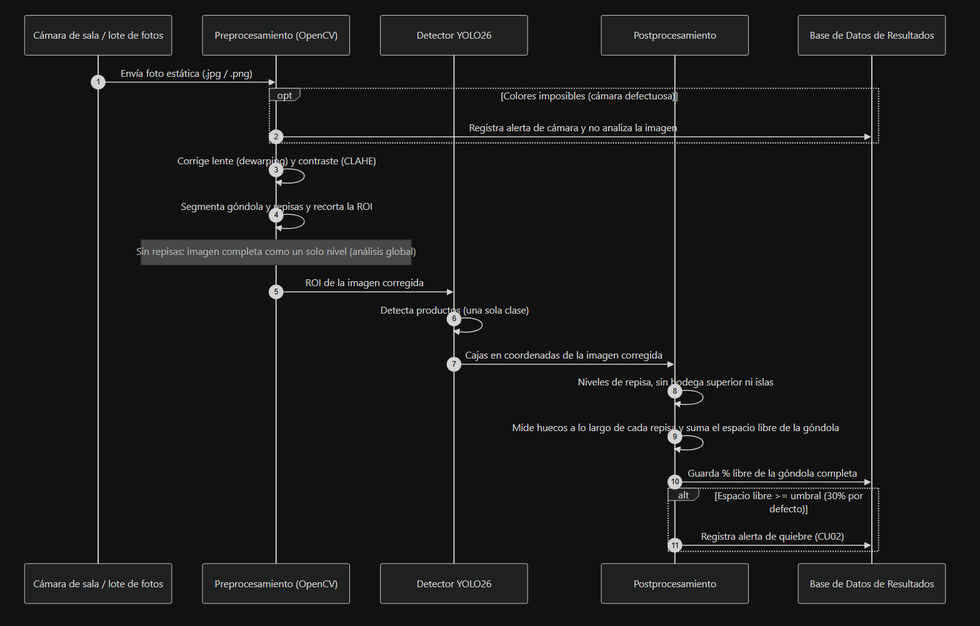
Before: Anexos/Diseño/Diagramas particulares por cada C. U._/Diagrama C.U 01.png, a diagram exported from Mermaid (marianapeachy/capstone). Its source is kept beside it as Anexos/Diseño/Diagramas fuente (Mermaid)/Diagrama C.U 01.mmd.
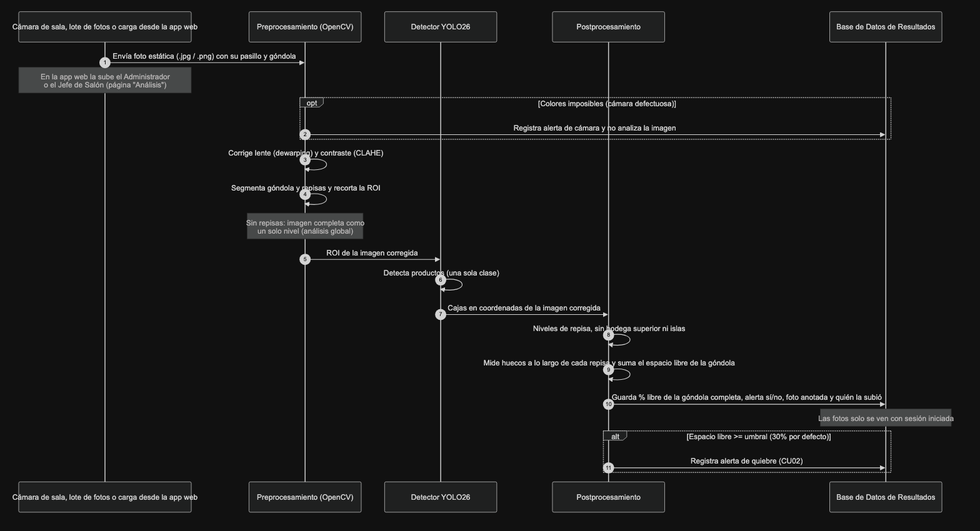
The same file after the commit.

Diff of the diagram source:
```diff
@@ -1,23 +1,25 @@
 sequenceDiagram
     autonumber
-    participant Cam as Cámara de sala / lote de fotos
+    participant Cam as Cámara de sala, lote de fotos o carga desde la app web
     participant Pre as Preprocesamiento (OpenCV)
     participant Det as Detector YOLO26
     participant Post as Postprocesamiento
     participant BD as Base de Datos de Resultados
-    Cam->>Pre: Envía foto estática (.jpg / .png)
+    Cam->>Pre: Envía foto estática (.jpg / .png) con su pasillo y góndola
+    Note over Cam: En la app web la sube el Administrador<br/>o el Jefe de Salón (página "Análisis")
     opt Colores imposibles (cámara defectuosa)
         Pre->>BD: Registra alerta de cámara y no analiza la imagen
     end
     Pre->>Pre: Corrige lente (dewarping) y contraste (CLAHE)
     Pre->>Pre: Segmenta góndola y repisas y recorta la ROI
-    Note over Pre: Sin repisas: imagen completa como un solo nivel (análisis global)
+    Note over Pre: Sin repisas: imagen completa como<br/>un solo nivel (análisis global)
     Pre->>Det: ROI de la imagen corregida
     Det->>Det: Detecta productos (una sola clase)
     Det->>Post: Cajas en coordenadas de la imagen corregida
     Post->>Post: Niveles de repisa, sin bodega superior ni islas
     Post->>Post: Mide huecos a lo largo de cada repisa y suma el espacio libre de la góndola
-    Post->>BD: Guarda % libre de la góndola completa
+    Post->>BD: Guarda % libre de la góndola completa, alerta sí/no, foto anotada y quién la subió
+    Note over BD: Las fotos solo se ven con sesión iniciada
     alt Espacio libre >= umbral (30% por defecto)
         Post->>BD: Registra alerta de quiebre (CU02)
     end
```
